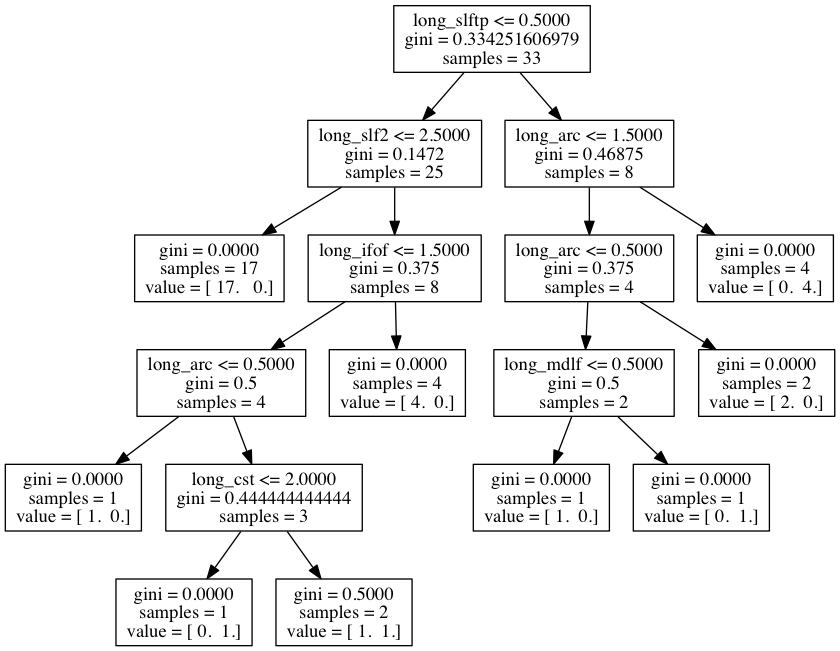
Before: neurosurgery_trees/longLANGUAGE.png, a diagram exported from Graphviz (akeshavan/myscripts). Its source is kept beside it as neurosurgery_trees/longLANGUAGE.dot.
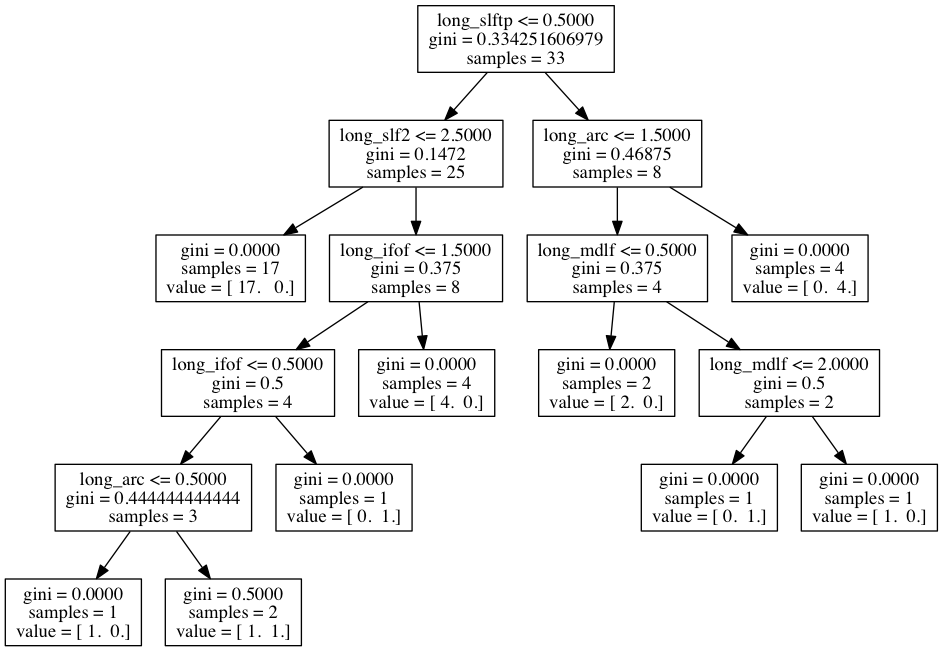
Later version of the same file.

Diff of the diagram source:
```diff
@@ -6,30 +6,30 @@
 1 -> 2 ;
 3 [label="X[6] <= 1.5000\ngini = 0.375\nsamples = 8", shape="box"] ;
 1 -> 3 ;
-4 [label="X[2] <= 0.5000\ngini = 0.5\nsamples = 4", shape="box"] ;
+4 [label="X[6] <= 0.5000\ngini = 0.5\nsamples = 4", shape="box"] ;
 3 -> 4 ;
-5 [label="gini = 0.0000\nsamples = 1\nvalue = [ 1.  0.]", shape="box"] ;
+5 [label="X[2] <= 0.5000\ngini = 0.444444444444\nsamples = 3", shape="box"] ;
 4 -> 5 ;
-6 [label="X[8] <= 2.0000\ngini = 0.444444444444\nsamples = 3", shape="box"] ;
-4 -> 6 ;
-7 [label="gini = 0.0000\nsamples = 1\nvalue = [ 0.  1.]", shape="box"] ;
-6 -> 7 ;
-8 [label="gini = 0.5000\nsamples = 2\nvalue = [ 1.  1.]", shape="box"] ;
-6 -> 8 ;
+6 [label="gini = 0.0000\nsamples = 1\nvalue = [ 1.  0.]", shape="box"] ;
+5 -> 6 ;
+7 [label="gini = 0.5000\nsamples = 2\nvalue = [ 1.  1.]", shape="box"] ;
+5 -> 7 ;
+8 [label="gini = 0.0000\nsamples = 1\nvalue = [ 0.  1.]", shape="box"] ;
+4 -> 8 ;
 9 [label="gini = 0.0000\nsamples = 4\nvalue = [ 4.  0.]", shape="box"] ;
 3 -> 9 ;
 10 [label="X[2] <= 1.5000\ngini = 0.46875\nsamples = 8", shape="box"] ;
 0 -> 10 ;
-11 [label="X[2] <= 0.5000\ngini = 0.375\nsamples = 4", shape="box"] ;
+11 [label="X[5] <= 0.5000\ngini = 0.375\nsamples = 4", shape="box"] ;
 10 -> 11 ;
-12 [label="X[5] <= 0.5000\ngini = 0.5\nsamples = 2", shape="box"] ;
+12 [label="gini = 0.0000\nsamples = 2\nvalue = [ 2.  0.]", shape="box"] ;
 11 -> 12 ;
-13 [label="gini = 0.0000\nsamples = 1\nvalue = [ 1.  0.]", shape="box"] ;
-12 -> 13 ;
+13 [label="X[5] <= 2.0000\ngini = 0.5\nsamples = 2", shape="box"] ;
+11 -> 13 ;
 14 [label="gini = 0.0000\nsamples = 1\nvalue = [ 0.  1.]", shape="box"] ;
-12 -> 14 ;
-15 [label="gini = 0.0000\nsamples = 2\nvalue = [ 2.  0.]", shape="box"] ;
-11 -> 15 ;
+13 -> 14 ;
+15 [label="gini = 0.0000\nsamples = 1\nvalue = [ 1.  0.]", shape="box"] ;
+13 -> 15 ;
 16 [label="gini = 0.0000\nsamples = 4\nvalue = [ 0.  4.]", shape="box"] ;
 10 -> 16 ;
 }
```
